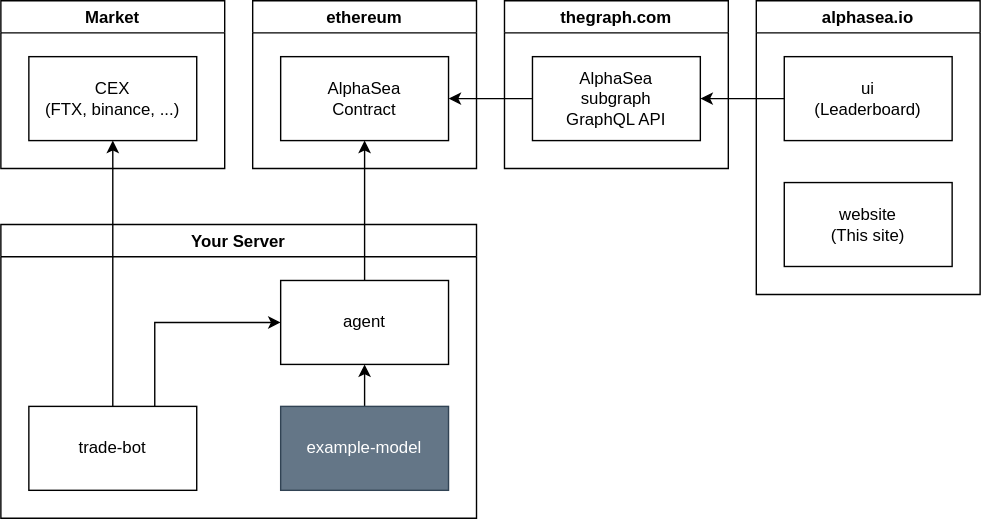
Before: static/svgs/architecture.svg, a diagram exported from draw.io (alphasea-dapp/alphasea-website). Source tidied: cells renumbered, new cells last; positions are measured from the earlier drawing's top-left corner, leaving out a move shared by most shapes.
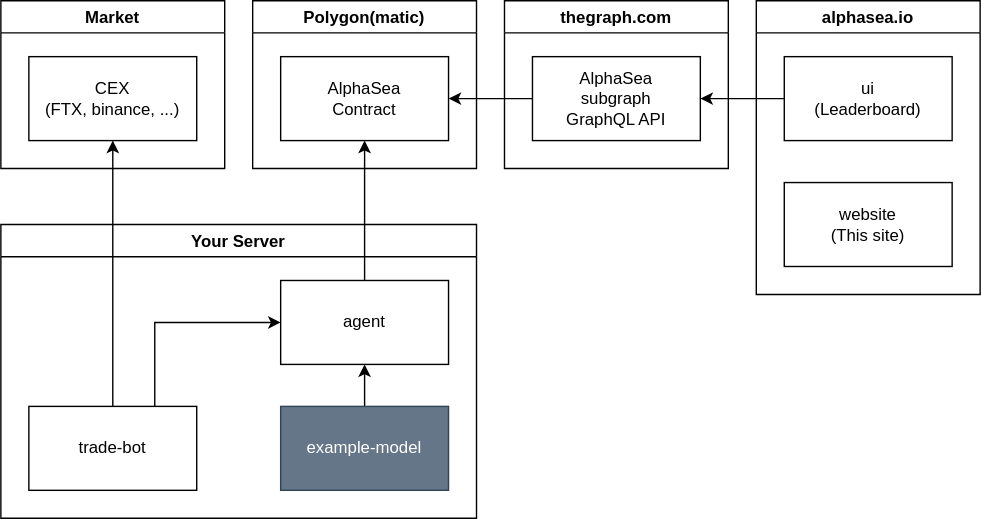
Above is the later version.

Commit message:
change eth -> matic

Change to the diagram source:
```diff
@@ -26,7 +26,7 @@
     <mxCell id="9" value="AlphaSea&lt;br&gt;subgraph&lt;br&gt;GraphQL API" style="rounded=0;whiteSpace=wrap;html=1;" parent="8" vertex="1">
       <mxGeometry x="20" y="40" width="120" height="60" as="geometry" />
     </mxCell>
-    <mxCell id="10" value="ethereum" style="swimlane;fillColor=none;" parent="1" vertex="1">
+    <mxCell id="10" value="Polygon(matic)" style="swimlane;fillColor=none;" parent="1" vertex="1">
       <mxGeometry x="180" width="160" height="120" as="geometry" />
     </mxCell>
     <mxCell id="11" value="AlphaSea&lt;br&gt;Contract" style="rounded=0;whiteSpace=wrap;html=1;" parent="10" vertex="1">
```
